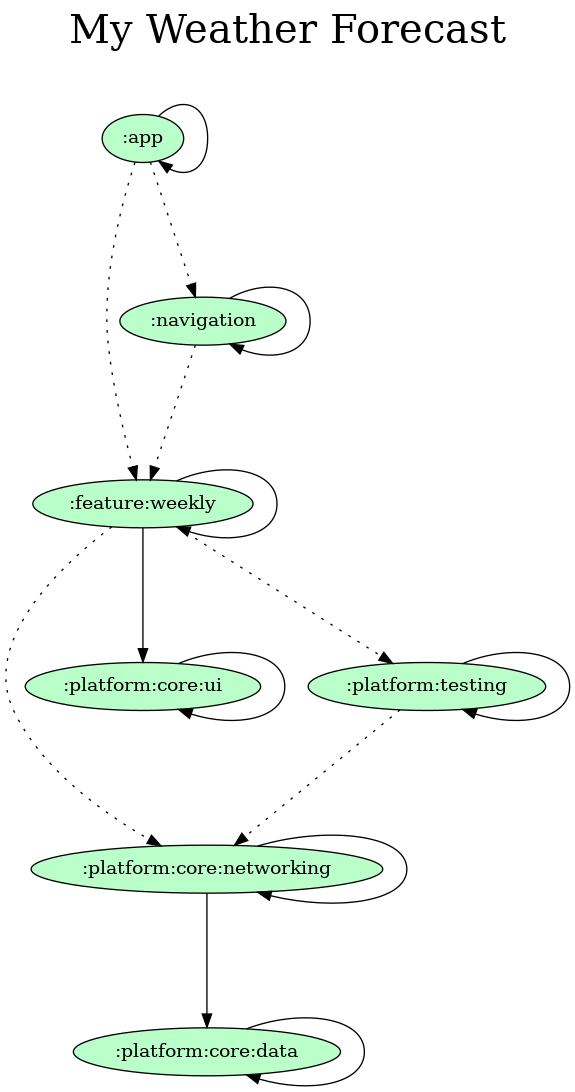
This is gradle/dependency-graph/project.dot.png from orogersilva/myweatherforecast, a Graphviz export, as it was before one commit. Its source is kept beside it as gradle/dependency-graph/project.dot.
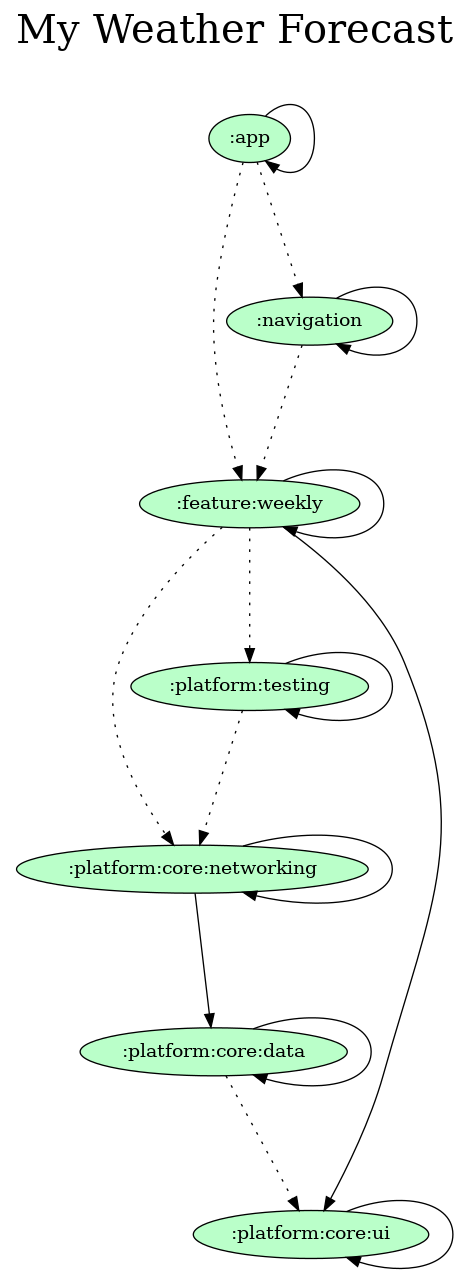
Above is the later version.

Commit message:
docs: Updating dependency graph

Diff of the diagram source:
```diff
@@ -29,6 +29,7 @@
   ":platform:testing" -> ":platform:testing"
   ":platform:testing" -> ":platform:core:networking" [style=dotted]
   ":platform:core:data" -> ":platform:core:data"
+  ":platform:core:data" -> ":platform:core:ui" [style=dotted]
   ":platform:core:networking" -> ":platform:core:data"
   ":platform:core:networking" -> ":platform:core:networking"
   ":platform:core:ui" -> ":platform:core:ui"
```
